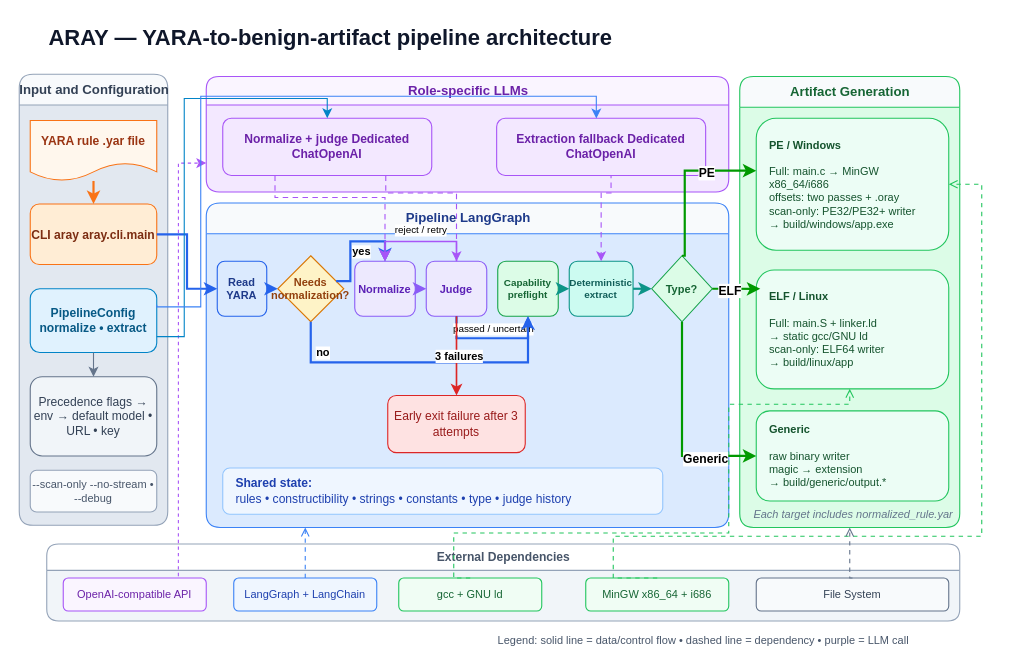
Before: docs/sources/diagrams/aray-architecture.drawio in c2dc/aray, a draw.io diagram. Source tidied: cells renumbered, new cells numbered last; positions are measured from the earlier drawing's top-left corner, leaving out a move shared by most shapes. Both pictures are drawn from the tidied source at 110%, with x=0, y=0 at pixel (19, 19).
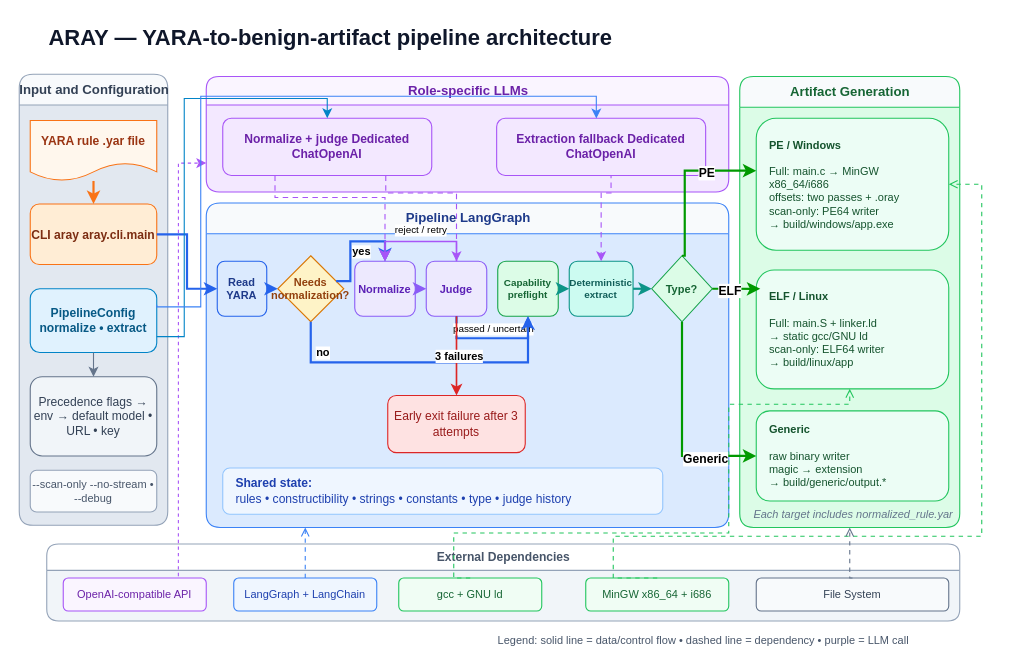
Above is the later version.

What changed in the source:
```diff
@@
-    <mxCell id="23" value="&lt;b&gt;PE / Windows&lt;/b&gt;&lt;br&gt;&lt;br&gt;Full: main.c → MinGW x86_64/i686&lt;br&gt;offsets: two passes + .oray&lt;br&gt;scan-only: PE32/PE32+ writer&lt;br&gt;→ build/windows/app.exe" style="rounded=1;whiteSpace=wrap;html=1;align=left;verticalAlign=middle;spacingLeft=10;spacingRight=8;fillColor=#ECFDF5;strokeColor=#22C55E;fontColor=#14532D;fontSize=10;fontStyle=0;" parent="1" vertex="1">
+    <mxCell id="23" value="&lt;b&gt;PE / Windows&lt;/b&gt;&lt;br&gt;&lt;br&gt;Full: main.c → MinGW x86_64/i686&lt;br&gt;offsets: two passes + .oray&lt;br&gt;scan-only: PE64 writer&lt;br&gt;→ build/windows/app.exe" style="rounded=1;whiteSpace=wrap;html=1;align=left;verticalAlign=middle;spacingLeft=10;spacingRight=8;fillColor=#ECFDF5;strokeColor=#22C55E;fontColor=#14532D;fontSize=10;fontStyle=0;" parent="1" vertex="1">
       <mxGeometry x="670" y="90" width="175" height="120" as="geometry" />
     </mxCell>
```
